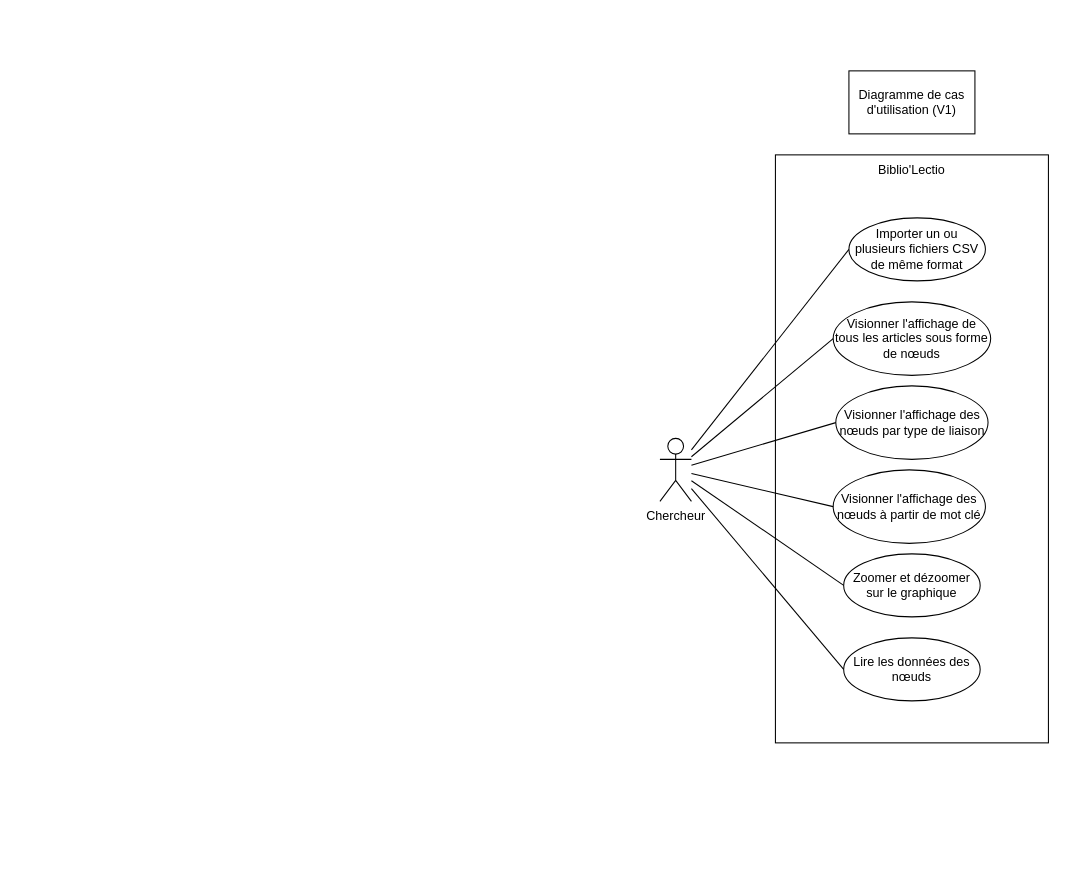
The draw.io diagram diagramme_activite.drawio in TomDubois12/SAE_BUT3_BIBLIOGRAPHIE, before the edit. Source tidied: cells renumbered, new cells numbered last; positions are measured from the earlier drawing's top-left corner, leaving out a move shared by most shapes. Both pictures are drawn from the tidied source at 105%, with x=0, y=0 at pixel (659, 70).
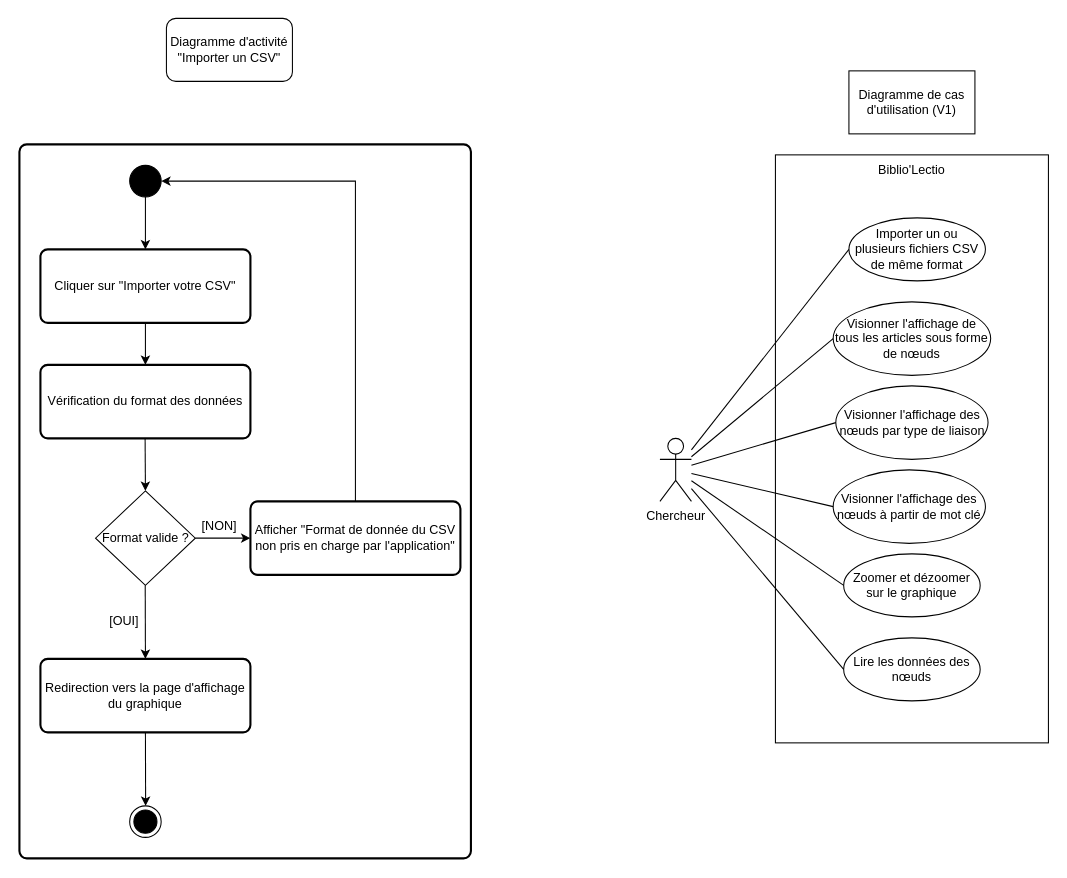
The same diagram, later.

Commit message:
Mettre à jour diagramme_activite.drawio

The edit, as a diff of the source:
```diff
@@
+    <mxCell id="18" style="rounded=1;whiteSpace=wrap;html=1;absoluteArcSize=1;arcSize=14;strokeWidth=2;" parent="1" vertex="1">
+      <mxGeometry x="-610" y="70" width="430" height="680" as="geometry" />
+    </mxCell>
+    <mxCell id="19" style="ellipse;fillColor=strokeColor;html=1;" parent="1" vertex="1">
+      <mxGeometry x="-505" y="90" width="30" height="30" as="geometry" />
+    </mxCell>
+    <mxCell id="20" value="Cliquer sur &quot;Importer votre CSV&quot;" style="rounded=1;whiteSpace=wrap;html=1;absoluteArcSize=1;arcSize=14;strokeWidth=2;" parent="1" vertex="1">
+      <mxGeometry x="-590" y="170" width="200" height="70" as="geometry" />
+    </mxCell>
+    <mxCell id="21" style="endArrow=classic;html=1;rounded=0;entryX=0.5;entryY=0;entryDx=0;entryDy=0;" parent="1" edge="1" source="19" target="20">
+      <mxGeometry relative="1" as="geometry">
+        <Array as="points">
+          <mxPoint x="-490" y="125" />
+        </Array>
+      </mxGeometry>
+    </mxCell>
+    <mxCell id="22" value="Vérification du format des données" style="rounded=1;whiteSpace=wrap;html=1;absoluteArcSize=1;arcSize=14;strokeWidth=2;" parent="1" vertex="1">
+      <mxGeometry x="-590" y="280" width="200" height="70" as="geometry" />
+    </mxCell>
+    <mxCell id="23" style="endArrow=classic;html=1;rounded=0;exitX=0.5;exitY=1;exitDx=0;exitDy=0;entryX=0.5;entryY=0;entryDx=0;entryDy=0;" parent="1" edge="1" source="20" target="22">
+      <mxGeometry relative="1" as="geometry" />
+    </mxCell>
+    <mxCell id="24" value="Format valide ?" style="rhombus;whiteSpace=wrap;html=1;" parent="1" vertex="1">
+      <mxGeometry x="-537.5" y="400" width="95" height="90" as="geometry" />
+    </mxCell>
+    <mxCell id="25" style="endArrow=classic;html=1;rounded=0;exitX=0.5;exitY=1;exitDx=0;exitDy=0;entryX=0.5;entryY=0;entryDx=0;entryDy=0;" parent="1" edge="1" target="24">
+      <mxGeometry relative="1" as="geometry">
+        <mxPoint x="-490.3" y="350" as="sourcePoint" />
+      </mxGeometry>
+    </mxCell>
+    <mxCell id="26" value="Redirection vers la page d'affichage du graphique" style="rounded=1;whiteSpace=wrap;html=1;absoluteArcSize=1;arcSize=14;strokeWidth=2;" parent="1" vertex="1">
+      <mxGeometry x="-590" y="560" width="200" height="70" as="geometry" />
+    </mxCell>
+    <mxCell id="27" value="Afficher &quot;Format de donnée du CSV non pris en charge par l'application&quot;" style="rounded=1;whiteSpace=wrap;html=1;absoluteArcSize=1;arcSize=14;strokeWidth=2;" parent="1" vertex="1">
+      <mxGeometry x="-390" y="410" width="200" height="70" as="geometry" />
+    </mxCell>
+    <mxCell id="28" style="endArrow=classic;html=1;rounded=0;exitX=1;exitY=0.5;exitDx=0;exitDy=0;entryX=0;entryY=0.5;entryDx=0;entryDy=0;" parent="1" edge="1" source="24" target="27">
+      <mxGeometry relative="1" as="geometry" />
+    </mxCell>
+    <mxCell id="29" style="ellipse;html=1;shape=endState;fillColor=strokeColor;" parent="1" vertex="1">
+      <mxGeometry x="-505" y="700" width="30" height="30" as="geometry" />
+    </mxCell>
+    <mxCell id="30" style="endArrow=classic;html=1;rounded=0;exitX=0.5;exitY=1;exitDx=0;exitDy=0;entryX=0.5;entryY=0;entryDx=0;entryDy=0;" parent="1" edge="1" target="26">
+      <mxGeometry relative="1" as="geometry">
+        <mxPoint x="-490.2" y="490" as="sourcePoint" />
+      </mxGeometry>
+    </mxCell>
+    <mxCell id="31" value="[OUI]" style="text;strokeColor=none;fillColor=none;spacingLeft=4;spacingRight=4;overflow=hidden;fontSize=12;whiteSpace=wrap;html=1;" parent="1" vertex="1">
+      <mxGeometry x="-530" y="510" width="40" height="30" as="geometry" />
+    </mxCell>
+    <mxCell id="32" value="[NON]" style="text;strokeColor=none;fillColor=none;spacingLeft=4;spacingRight=4;overflow=hidden;fontSize=12;whiteSpace=wrap;html=1;" parent="1" vertex="1">
+      <mxGeometry x="-442.5" y="420" width="46" height="30" as="geometry" />
+    </mxCell>
+    <mxCell id="33" style="endArrow=classic;html=1;rounded=0;exitX=0.5;exitY=0;exitDx=0;exitDy=0;" parent="1" edge="1" source="27" target="19">
+      <mxGeometry relative="1" as="geometry">
+        <Array as="points">
+          <mxPoint x="-290" y="105" />
+        </Array>
+      </mxGeometry>
+    </mxCell>
+    <mxCell id="34" style="endArrow=classic;html=1;rounded=0;exitX=0.5;exitY=1;exitDx=0;exitDy=0;entryX=0.5;entryY=0;entryDx=0;entryDy=0;" parent="1" edge="1">
+      <mxGeometry relative="1" as="geometry">
+        <mxPoint x="-490" y="630" as="sourcePoint" />
+        <mxPoint x="-489.8" y="700" as="targetPoint" />
+      </mxGeometry>
+    </mxCell>
+    <mxCell id="35" value="Diagramme d'activité&lt;br&gt;&quot;Importer un CSV&quot;" style="rounded=1;whiteSpace=wrap;html=1;" parent="1" vertex="1">
+      <mxGeometry x="-470" y="-50" width="120" height="60" as="geometry" />
+    </mxCell>
```
